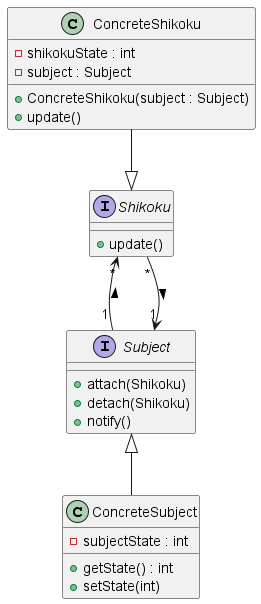
The PlantUML diagram dojo-dungeon/todo-assets/Fragen_Pattern/UML_Klassendiagramm6.png in Dungeon-CampusMinden/Dungeon, before a commit.
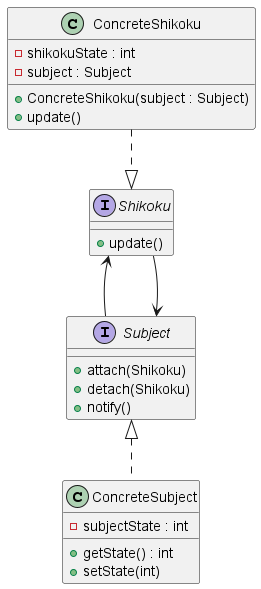
The same diagram one commit later.

The edit, as a diff of the source:
```diff
@@ -22,11 +22,10 @@
     + update()
 }
 
-ConcreteShikoku --|> Shikoku
-Subject <|-- ConcreteSubject
+ConcreteShikoku ..|> Shikoku
+Subject <|.. ConcreteSubject
 
+Shikoku <-- Subject
 Shikoku -[hidden]- Subject
-Shikoku "*" <-- "1" Subject : <
-Shikoku -[hidden]- Subject
-Shikoku "*" --> "1" Subject : >
+Shikoku --> Subject
 @enduml
```
